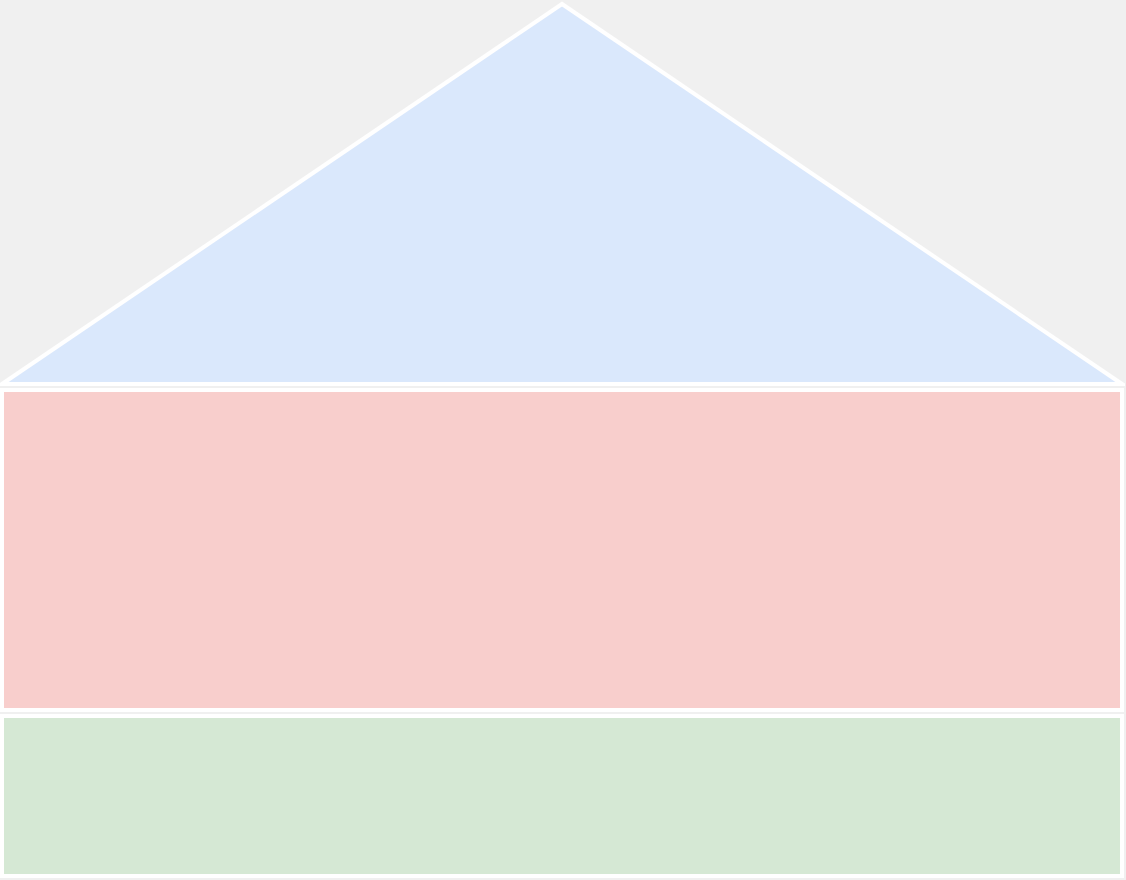
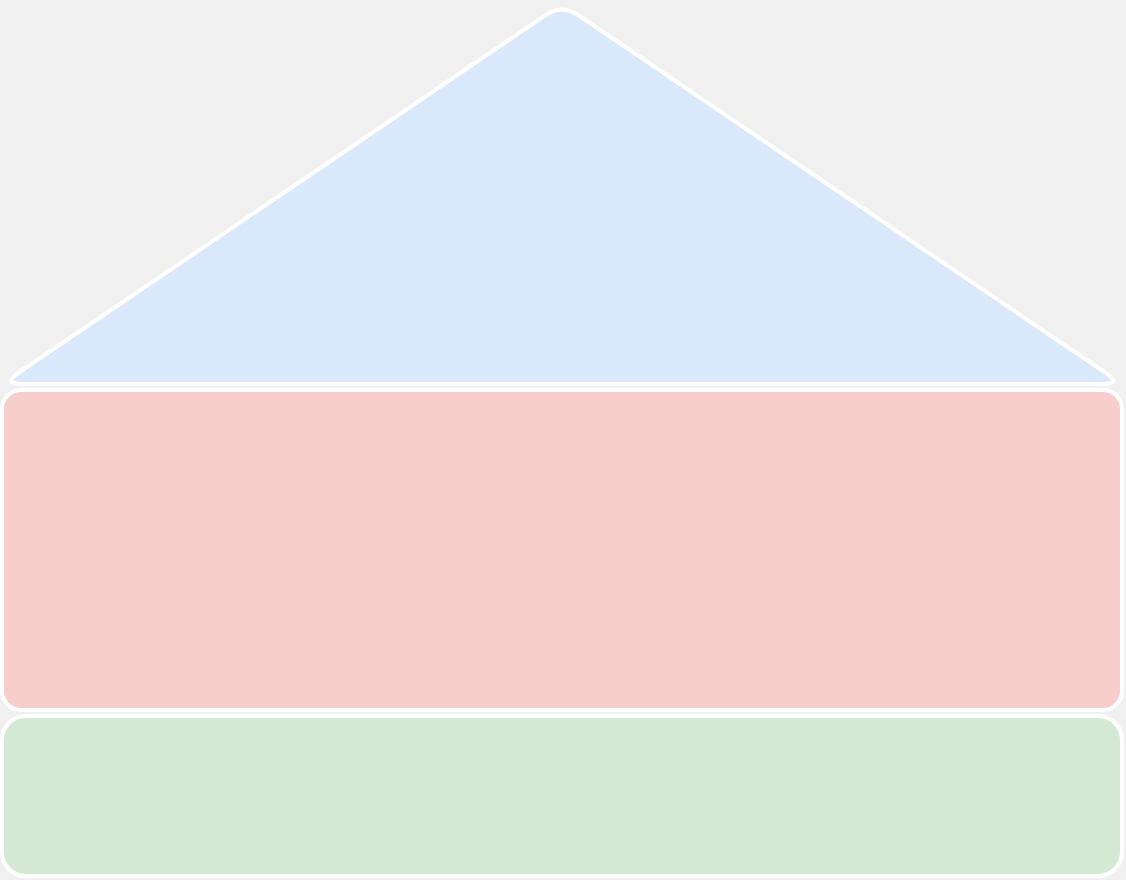
<mxfile host="app.diagrams.net">
  <diagram name="Page-1" id="SOK6mcKUl_gRXVUdCPKL">
    <mxGraphModel dx="1741" dy="1060" grid="1" gridSize="10" guides="1" tooltips="1" connect="1" arrows="1" fold="1" page="1" pageScale="1" pageWidth="1169" pageHeight="827" background="#F0F0F0" math="0" shadow="0">
      <root>
        <mxCell id="0" />
        <mxCell id="1" parent="0" />
-         <mxCell id="Ld_krK5IUTc0g-FgCUqp-1" parent="1" style="rounded=0;whiteSpace=wrap;html=1;fillColor=#f8cecc;strokeColor=light-dark(#ffffff, #d7817e);strokeWidth=2;" value="" vertex="1">
+         <mxCell id="Ld_krK5IUTc0g-FgCUqp-1" parent="1" style="rounded=1;whiteSpace=wrap;html=1;fillColor=#f8cecc;strokeColor=light-dark(#ffffff, #d7817e);strokeWidth=2;arcSize=6;" value="" vertex="1">
          <mxGeometry height="160" width="560" x="160" y="320" as="geometry" />
        </mxCell>
-         <mxCell id="Ld_krK5IUTc0g-FgCUqp-2" parent="1" style="rounded=0;whiteSpace=wrap;html=1;fillColor=#d5e8d4;strokeColor=light-dark(#ffffff, #446e2c);strokeWidth=2;" value="" vertex="1">
+         <mxCell id="Ld_krK5IUTc0g-FgCUqp-2" parent="1" style="rounded=1;whiteSpace=wrap;html=1;fillColor=#d5e8d4;strokeColor=light-dark(#ffffff, #446e2c);strokeWidth=2;" value="" vertex="1">
          <mxGeometry height="80" width="560" x="160" y="483" as="geometry" />
        </mxCell>
-         <mxCell id="Ld_krK5IUTc0g-FgCUqp-3" parent="1" style="triangle;whiteSpace=wrap;html=1;rotation=-90;fillColor=#dae8fc;strokeColor=light-dark(#ffffff, #5c79a3);rounded=0;strokeWidth=2;" value="" vertex="1">
+         <mxCell id="Ld_krK5IUTc0g-FgCUqp-3" parent="1" style="triangle;whiteSpace=wrap;html=1;rotation=-90;fillColor=#dae8fc;strokeColor=light-dark(#ffffff, #5c79a3);rounded=1;strokeWidth=2;" value="" vertex="1">
          <mxGeometry height="560" width="190" x="345" y="-58" as="geometry" />
        </mxCell>
      </root>
    </mxGraphModel>
  </diagram>
</mxfile>
